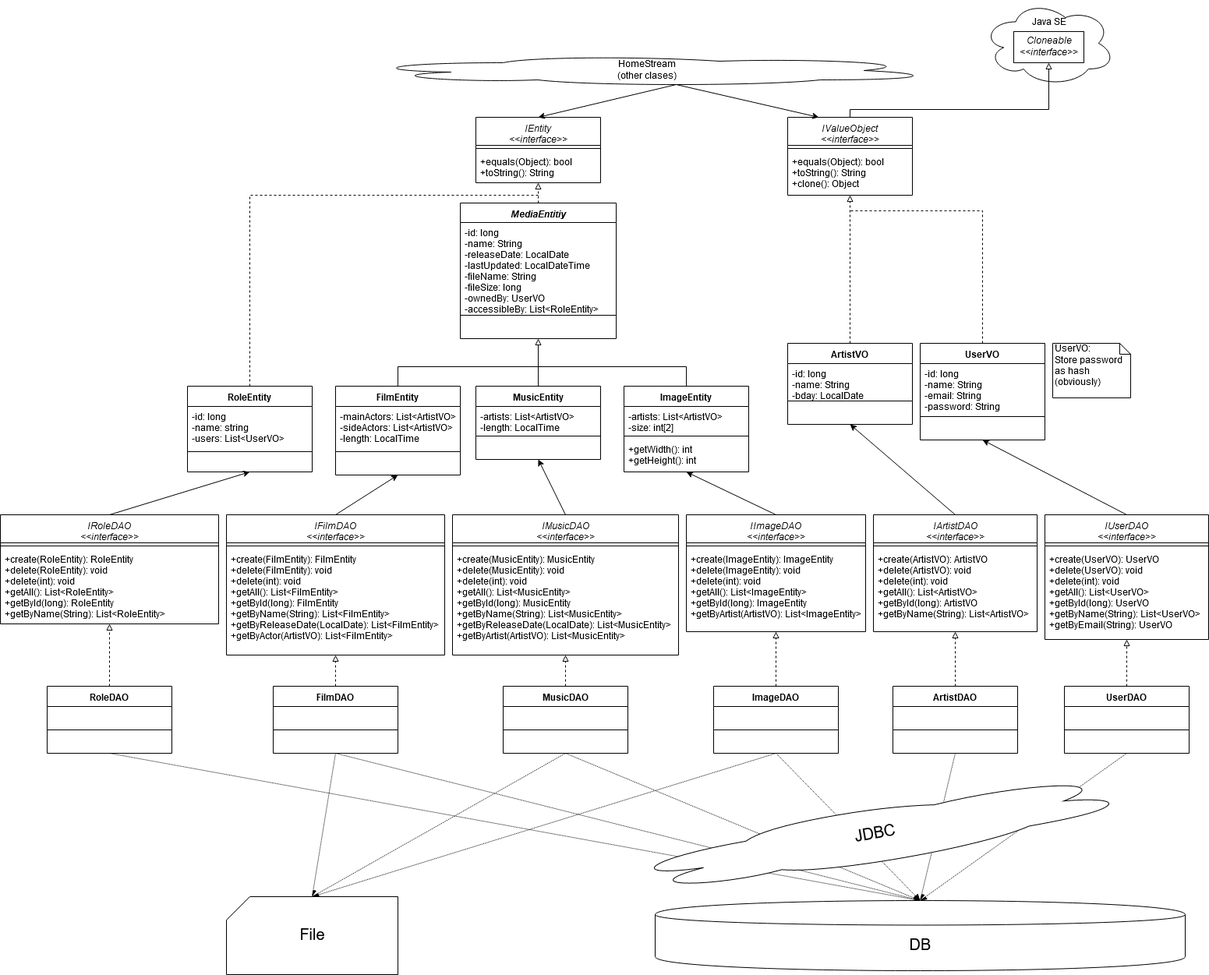
This is tdoc/db/uml_layered_db_alpha.png from crashkid3000/HomeStream, a draw.io export, as it was before one commit. Source tidied: cells renumbered, new cells last; positions are measured from the earlier drawing's top-left corner, leaving out a move shared by most shapes.
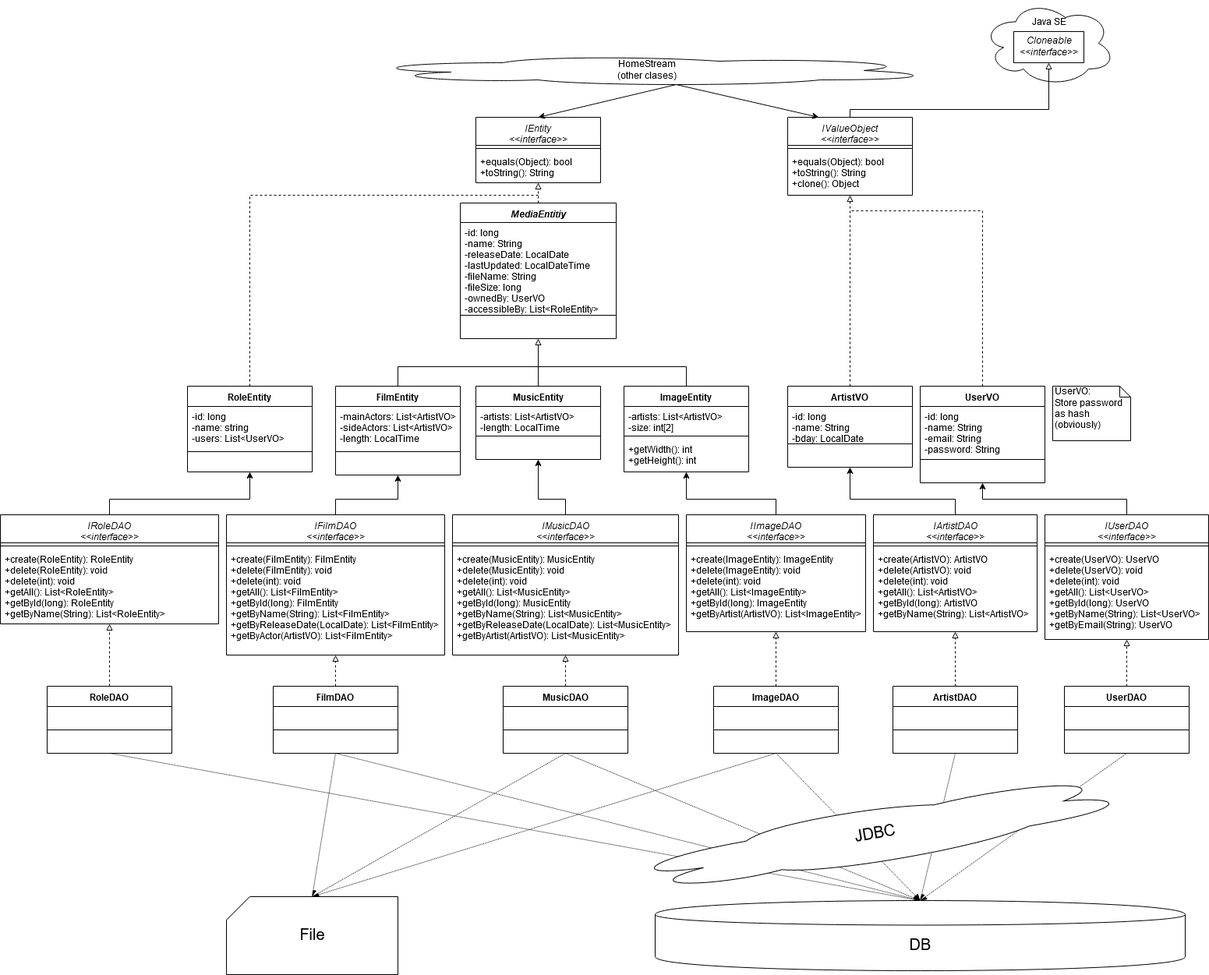
After the commit.

Commit message:
Added chaotic EER; updatd UML

What changed in the source:
```diff
@@ -62,7 +62,7 @@
       <mxGeometry y="88" width="160" height="26" as="geometry" />
     </mxCell>
     <mxCell id="20" value="ArtistVO" style="swimlane;fontStyle=1;align=center;verticalAlign=top;horizontal=1;startSize=26;rounded=0;shadow=0;glass=0;comic=0;gradientColor=none;" parent="1" vertex="1">
-      <mxGeometry x="1010" y="440" width="160" height="104" as="geometry" />
+      <mxGeometry x="1010" y="495" width="160" height="104" as="geometry" />
     </mxCell>
     <mxCell id="21" value="-id: long&#10;-name: String&#10;-bday: LocalDate&#10;" style="text;strokeColor=none;fillColor=none;align=left;verticalAlign=top;spacingLeft=4;spacingRight=4;overflow=hidden;" parent="20" vertex="1">
       <mxGeometry y="26" width="160" height="44" as="geometry" />
@@ -162,7 +162,7 @@
       <mxGeometry y="44" width="210" height="106" as="geometry" />
     </mxCell>
     <mxCell id="50" value="UserVO" style="swimlane;fontStyle=1;align=center;verticalAlign=top;horizontal=1;startSize=26;rounded=0;shadow=0;glass=0;comic=0;gradientColor=none;" parent="1" vertex="1">
-      <mxGeometry x="1180" y="440" width="160" height="124" as="geometry" />
+      <mxGeometry x="1180" y="495" width="160" height="124" as="geometry" />
     </mxCell>
     <mxCell id="51" value="-id: long&#10;-name: String&#10;-email: String&#10;-password: String&#10;&#10;" style="text;strokeColor=none;fillColor=none;align=left;verticalAlign=top;spacingLeft=4;spacingRight=4;overflow=hidden;" parent="50" vertex="1">
       <mxGeometry y="26" width="160" height="64" as="geometry" />
@@ -174,7 +174,7 @@
       <mxGeometry y="98" width="160" height="26" as="geometry" />
     </mxCell>
     <mxCell id="54" value="&lt;div&gt;UserVO:&lt;/div&gt;&lt;div&gt;Store password as hash (obviously)&lt;br&gt;&lt;/div&gt;" style="shape=note;whiteSpace=wrap;html=1;size=14;verticalAlign=top;align=left;spacingTop=-6;" parent="1" vertex="1">
-      <mxGeometry x="1350" y="440" width="100" height="70" as="geometry" />
+      <mxGeometry x="1350" y="495" width="100" height="70" as="geometry" />
     </mxCell>
     <mxCell id="55" value="IUserDAO&#10;&lt;&lt;interface&gt;&gt;&#10;" style="swimlane;fontStyle=2;align=center;verticalAlign=top;horizontal=1;startSize=36;rounded=0;shadow=0;glass=0;comic=0;gradientColor=none;" parent="1" vertex="1">
       <mxGeometry x="1340" y="660" width="210" height="160" as="geometry" />
@@ -222,23 +222,53 @@
     <mxCell id="66" value="+create(RoleEntity): RoleEntity&#10;+delete(RoleEntity): void&#10;+delete(int): void&#10;+getAll(): List&lt;RoleEntity&gt;&#10;+getById(long): RoleEntity&#10;+getByName(String): List&lt;RoleEntity&gt;&#10;" style="text;strokeColor=none;fillColor=none;align=left;verticalAlign=top;spacingLeft=4;spacingRight=4;overflow=hidden;" parent="64" vertex="1">
       <mxGeometry y="44" width="280" height="96" as="geometry" />
     </mxCell>
-    <mxCell id="67" style="endArrow=classic;html=1;entryX=0.5;entryY=1;entryDx=0;entryDy=0;exitX=0.5;exitY=0;exitDx=0;exitDy=0;" parent="1" edge="1" source="64" target="58">
-      <mxGeometry relative="1" as="geometry" />
+    <mxCell id="67" style="endArrow=classic;html=1;entryX=0.5;entryY=1;entryDx=0;entryDy=0;exitX=0.5;exitY=0;exitDx=0;exitDy=0;rounded=0;" parent="1" edge="1" source="64" target="58">
+      <mxGeometry relative="1" as="geometry">
+        <Array as="points">
+          <mxPoint x="140" y="640" />
+          <mxPoint x="320" y="640" />
+        </Array>
+      </mxGeometry>
     </mxCell>
-    <mxCell id="68" style="endArrow=classic;html=1;entryX=0.5;entryY=1;entryDx=0;entryDy=0;exitX=0.5;exitY=0;exitDx=0;exitDy=0;" parent="1" edge="1" source="38" target="16">
-      <mxGeometry relative="1" as="geometry" />
+    <mxCell id="68" style="endArrow=classic;html=1;entryX=0.5;entryY=1;entryDx=0;entryDy=0;exitX=0.5;exitY=0;exitDx=0;exitDy=0;rounded=0;" parent="1" edge="1" source="38" target="16">
+      <mxGeometry relative="1" as="geometry">
+        <Array as="points">
+          <mxPoint x="430" y="640" />
+          <mxPoint x="510" y="640" />
+        </Array>
+      </mxGeometry>
     </mxCell>
-    <mxCell id="69" style="endArrow=classic;html=1;entryX=0.5;entryY=1;entryDx=0;entryDy=0;exitX=0.5;exitY=0;exitDx=0;exitDy=0;" parent="1" edge="1" source="44" target="27">
-      <mxGeometry relative="1" as="geometry" />
+    <mxCell id="69" style="endArrow=classic;html=1;entryX=0.5;entryY=1;entryDx=0;entryDy=0;exitX=0.5;exitY=0;exitDx=0;exitDy=0;rounded=0;" parent="1" edge="1" source="44" target="27">
+      <mxGeometry relative="1" as="geometry">
+        <Array as="points">
+          <mxPoint x="725" y="640" />
+          <mxPoint x="690" y="640" />
+        </Array>
+      </mxGeometry>
     </mxCell>
-    <mxCell id="70" style="endArrow=classic;html=1;entryX=0.5;entryY=1;entryDx=0;entryDy=0;exitX=0.5;exitY=0;exitDx=0;exitDy=0;" parent="1" edge="1" source="41" target="31">
-      <mxGeometry relative="1" as="geometry" />
+    <mxCell id="70" style="endArrow=classic;html=1;entryX=0.5;entryY=1;entryDx=0;entryDy=0;exitX=0.5;exitY=0;exitDx=0;exitDy=0;rounded=0;" parent="1" edge="1" source="41" target="31">
+      <mxGeometry relative="1" as="geometry">
+        <Array as="points">
+          <mxPoint x="995" y="640" />
+          <mxPoint x="880" y="640" />
+        </Array>
+      </mxGeometry>
     </mxCell>
-    <mxCell id="71" style="endArrow=classic;html=1;entryX=0.5;entryY=1;entryDx=0;entryDy=0;exitX=0.5;exitY=0;exitDx=0;exitDy=0;" parent="1" edge="1" source="47" target="20">
-      <mxGeometry relative="1" as="geometry" />
+    <mxCell id="71" style="endArrow=classic;html=1;entryX=0.5;entryY=1;entryDx=0;entryDy=0;exitX=0.5;exitY=0;exitDx=0;exitDy=0;rounded=0;" parent="1" edge="1" source="47" target="20">
+      <mxGeometry relative="1" as="geometry">
+        <Array as="points">
+          <mxPoint x="1225" y="640" />
+          <mxPoint x="1090" y="640" />
+        </Array>
+      </mxGeometry>
     </mxCell>
-    <mxCell id="72" style="endArrow=classic;html=1;entryX=0.5;entryY=1;entryDx=0;entryDy=0;exitX=0.5;exitY=0;exitDx=0;exitDy=0;" parent="1" edge="1" source="55" target="50">
-      <mxGeometry relative="1" as="geometry" />
+    <mxCell id="72" style="endArrow=classic;html=1;entryX=0.5;entryY=1;entryDx=0;entryDy=0;exitX=0.5;exitY=0;exitDx=0;exitDy=0;rounded=0;" parent="1" edge="1" source="55" target="50">
+      <mxGeometry relative="1" as="geometry">
+        <Array as="points">
+          <mxPoint x="1445" y="640" />
+          <mxPoint x="1260" y="640" />
+        </Array>
+      </mxGeometry>
     </mxCell>
     <mxCell id="73" style="edgeStyle=none;rounded=0;jettySize=auto;html=1;exitX=0.5;exitY=1;exitDx=0;exitDy=0;entryX=0.5;entryY=0;entryDx=0;entryDy=0;dashed=1;dashPattern=1 1;endArrow=async;endFill=1;" parent="1" edge="1" source="74" target="112">
       <mxGeometry relative="1" as="geometry" />
```
